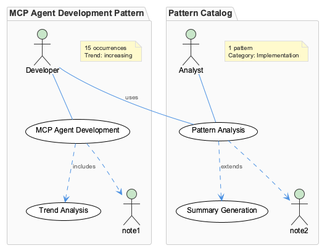
Earlier version of the PlantUML export knowledge-management/insights/images/mcp-agent-development-pattern-use-cases.png (fwornle/coding).
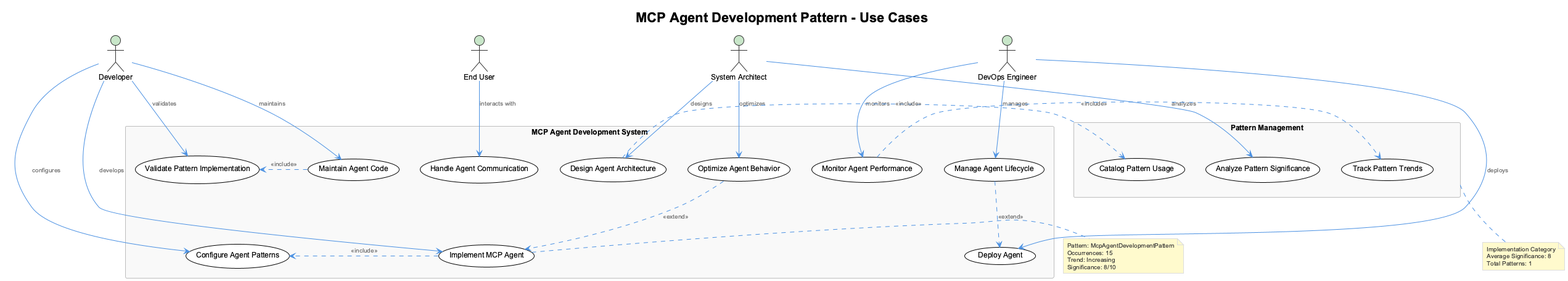
Later version of the same file.

Diff of the diagram source:
```diff
@@ -1,32 +1,67 @@
 @startuml
 !include /Users/q284340/Agentic/coding/docs/puml/_standard-style.puml
 
-package "MCP Agent Development Pattern" {
-  actor "Developer" as dev
-  usecase "MCP Agent Development" as mcpDev
-  usecase "Trend Analysis" as trend
-  dev -- mcpDev
-  mcpDev ..> trend : includes
-  note as AutoNote1
-  15 occurrences
-  Trend: increasing
-end note
-  mcpDev ..> note1
+title MCP Agent Development Pattern - Use Cases
+
+actor "Developer" as dev
+actor "System Architect" as arch
+actor "DevOps Engineer" as devops
+actor "End User" as user
+
+rectangle "MCP Agent Development System" {
+    usecase "Implement MCP Agent" as UC1
+    usecase "Design Agent Architecture" as UC2
+    usecase "Configure Agent Patterns" as UC3
+    usecase "Deploy Agent" as UC4
+    usecase "Monitor Agent Performance" as UC5
+    usecase "Maintain Agent Code" as UC6
+
+    usecase "Validate Pattern Implementation" as UC7
+    usecase "Optimize Agent Behavior" as UC8
+    usecase "Handle Agent Communication" as UC9
+    usecase "Manage Agent Lifecycle" as UC10
 }
 
-package "Pattern Catalog" {
-  actor "Analyst" as anal
-  usecase "Pattern Analysis" as patternAnal
-  usecase "Summary Generation" as summaryGen
-  anal -- patternAnal
-  patternAnal ..> summaryGen : extends
-  note as AutoNote2
-  1 pattern
-  Category: Implementation
-end note
-  patternAnal ..> note2
+rectangle "Pattern Management" {
+    usecase "Catalog Pattern Usage" as UC11
+    usecase "Track Pattern Trends" as UC12
+    usecase "Analyze Pattern Significance" as UC13
 }
 
-dev -- patternAnal : uses
+dev --> UC1 : develops
+dev --> UC3 : configures
+dev --> UC6 : maintains
+dev --> UC7 : validates
+
+arch --> UC2 : designs
+arch --> UC8 : optimizes
+arch --> UC13 : analyzes
+
+devops --> UC4 : deploys
+devops --> UC5 : monitors
+devops --> UC10 : manages
+
+user --> UC9 : interacts with
+
+UC1 .> UC3 : <<include>>
+UC2 .> UC11 : <<include>>
+UC5 .> UC12 : <<include>>
+UC6 .> UC7 : <<include>>
+
+UC8 ..> UC1 : <<extend>>
+UC10 ..> UC4 : <<extend>>
+
+note right of UC1
+  Pattern: McpAgentDevelopmentPattern
+  Occurrences: 15
+  Trend: Increasing
+  Significance: 8/10
+end note
+
+note bottom of "Pattern Management"
+  Implementation Category
+  Average Significance: 8
+  Total Patterns: 1
+end note
 
 @enduml
```
